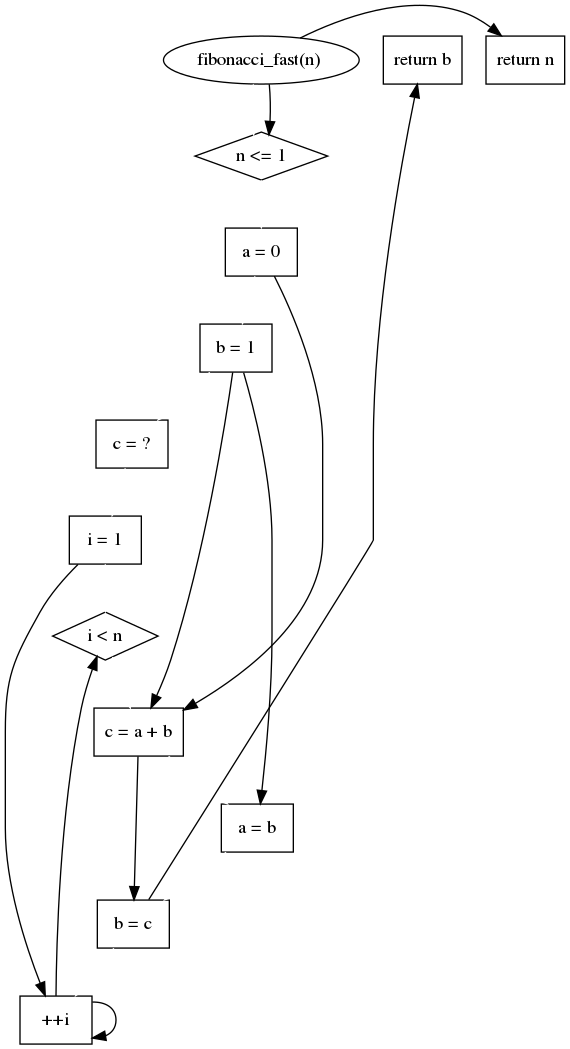
This is ddg.gv.png from Olshanskaya/data_dependency_graph, a Graphviz export, as it was before one commit. Its source is kept beside it as ddg.gv.
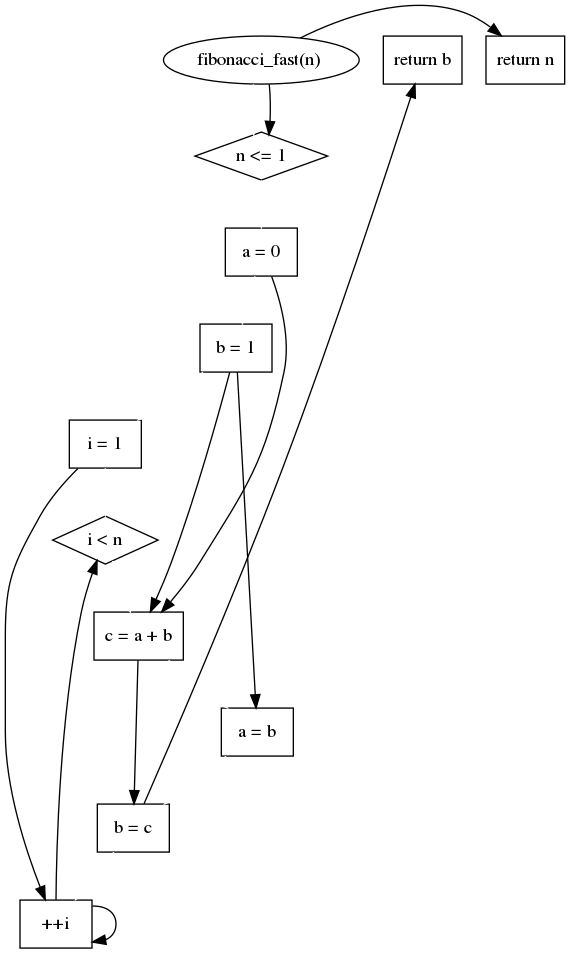
Above is the later version.

Commit message:
decl with bin op

The edit, as a diff of the source:
```diff
@@ -3,33 +3,31 @@
 	"n <= 1" [label="n <= 1" shape=diamond]
 	fun_decl -> "n <= 1" [color=white constraint=true]
 	fun_decl -> "n <= 1" [color=black constraint=true]
-	return47 [label="return n" shape=box]
-	fun_decl -> return47 [color=black constraint=false]
+	return10 [label="return n" shape=box]
+	fun_decl -> return10 [color=black constraint=false]
 	a1 [label="a = 0" shape=box]
 	"n <= 1" -> a1 [color=white constraint=true]
 	b1 [label="b = 1" shape=box]
 	a1 -> b1 [color=white constraint=true]
-	c1 [label="c = ?" shape=box]
-	b1 -> c1 [color=white constraint=true]
 	i1 [label="i = 1" shape=box]
-	c1 -> i1 [color=white constraint=true]
+	b1 -> i1 [color=white constraint=true]
 	"i < n" [label="i < n" shape=diamond]
 	i1 -> "i < n" [color=white constraint=true]
-	c11 [label="c = a + b" shape=box]
-	"i < n" -> c11 [color=white constraint=true]
-	b1 -> c11 [color=black constraint=true]
-	a1 -> c11 [color=black constraint=true]
+	c1 [label="c = a + b" shape=box]
+	"i < n" -> c1 [color=white constraint=true]
+	b1 -> c1 [color=black constraint=true]
+	a1 -> c1 [color=black constraint=true]
 	a11 [label="a = b" shape=box]
-	c11 -> a11 [color=white constraint=true]
+	c1 -> a11 [color=white constraint=true]
 	b1 -> a11 [color=black constraint=true]
 	b11 [label="b = c" shape=box]
 	a11 -> b11 [color=white constraint=true]
-	c11 -> b11 [color=black constraint=true]
+	c1 -> b11 [color=black constraint=true]
 	i11 [label="++i" shape=box]
 	b11 -> i11 [color=white constraint=true]
 	i1 -> i11 [color=black constraint=true]
 	i11 -> i11 [color=black constraint=true]
 	i11 -> "i < n" [color=black constraint=true]
-	return54 [label="return b" shape=box]
-	b11 -> return54 [color=black constraint=false]
+	return26 [label="return b" shape=box]
+	b11 -> return26 [color=black constraint=false]
 }
```
